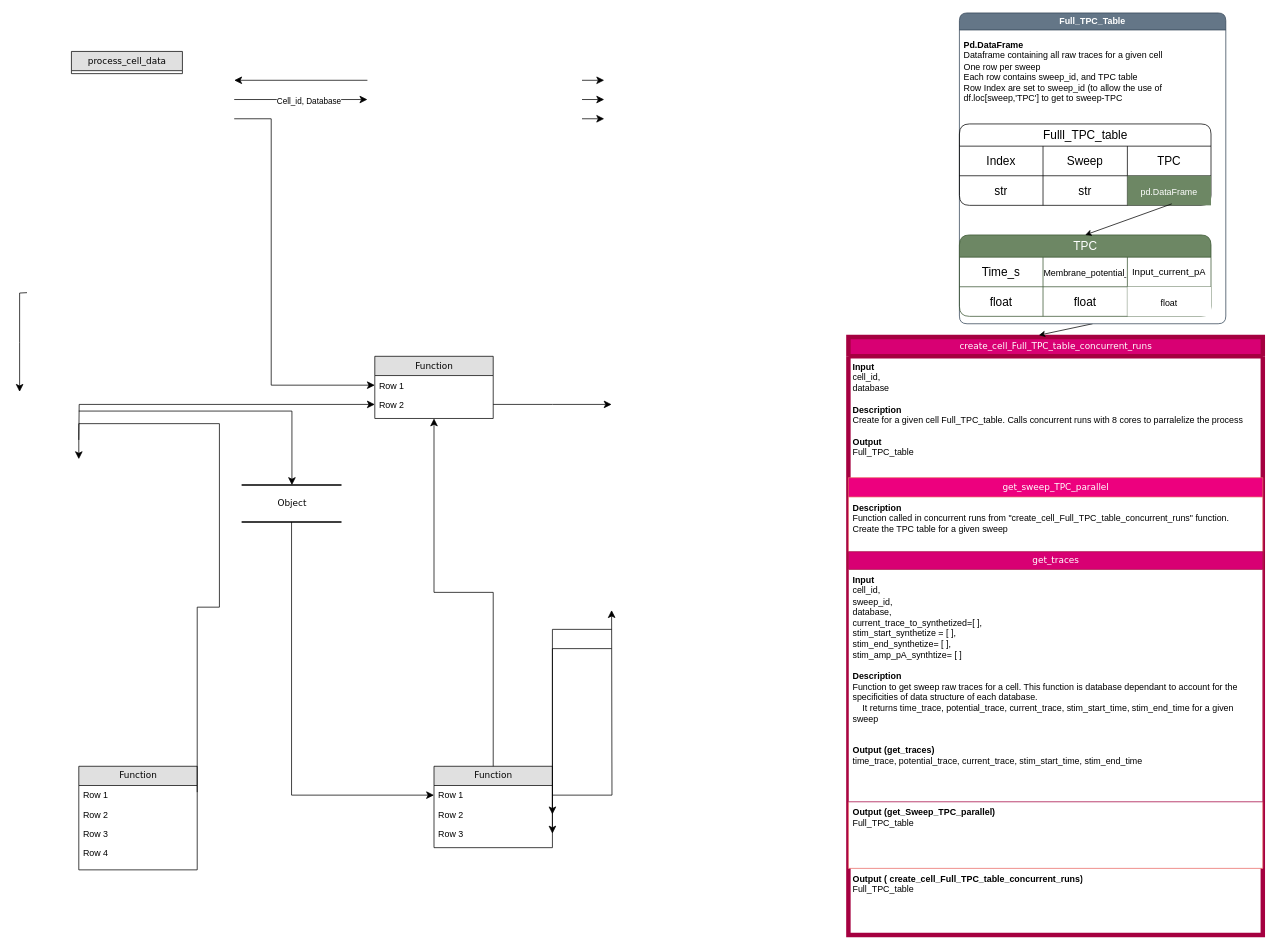
The draw.io diagram Data_treatment_pipeline.drawio in Jballbe/Libraries, before the edit. Source tidied: cells renumbered, new cells numbered last; positions are measured from the earlier drawing's top-left corner, leaving out a move shared by most shapes. Both pictures are drawn from the tidied source at 74%, with x=0, y=0 at pixel (19, 13).
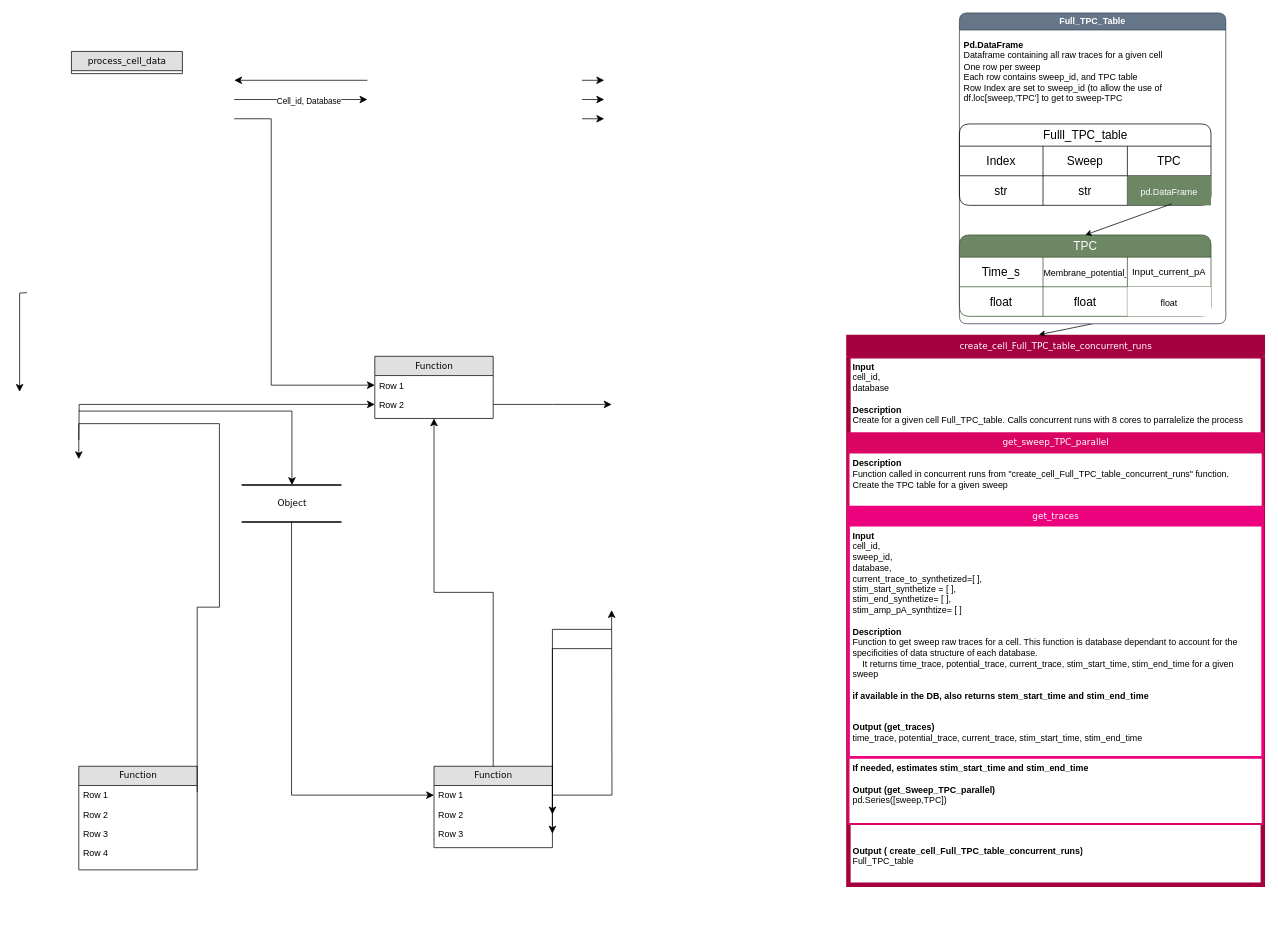
Above is the later version.

Commit message:
Mettre à jour Data_treatment_pipeline.drawio

Change to the diagram source:
```diff
@@
-    <mxCell id="3" value="create_cell_Full_TPC_table_concurrent_runs" style="swimlane;html=1;fontStyle=0;horizontal=1;startSize=26;fillColor=#d80073;swimlaneFillColor=#ffffff;align=center;rounded=0;shadow=0;comic=0;labelBackgroundColor=none;strokeWidth=6;fontFamily=Verdana;fontSize=12;fontColor=#ffffff;strokeColor=#A50040;perimeterSpacing=10;" parent="1" vertex="1">
-      <mxGeometry x="1120" y="438" width="560" height="808" as="geometry" />
+    <mxCell id="3" value="create_cell_Full_TPC_table_concurrent_runs" style="swimlane;html=1;fontStyle=0;horizontal=1;startSize=26;fillColor=#a50141;swimlaneFillColor=#ffffff;align=center;rounded=0;shadow=0;comic=0;labelBackgroundColor=none;strokeWidth=6;fontFamily=Verdana;fontSize=12;fontColor=#ffffff;strokeColor=#A50040;perimeterSpacing=10;" parent="1" vertex="1">
+      <mxGeometry x="1120" y="438" width="560" height="740" as="geometry" />
     </mxCell>
-    <mxCell id="4" value="&lt;div style=&quot;font-size: 12px;&quot;&gt;&lt;b&gt;Input&lt;/b&gt;&lt;/div&gt;&lt;div style=&quot;font-size: 12px;&quot;&gt;cell_id,&lt;/div&gt;&lt;div style=&quot;font-size: 12px;&quot;&gt;database&lt;/div&gt;&lt;div style=&quot;font-size: 12px;&quot;&gt;&lt;br&gt;&lt;/div&gt;&lt;div style=&quot;font-size: 12px;&quot;&gt;&lt;b&gt;Description&lt;/b&gt;&lt;/div&gt;&lt;div style=&quot;font-size: 12px;&quot;&gt;Create for a given cell Full_TPC_table. Calls concurrent runs with 8 cores to parralelize the process&lt;b&gt;&lt;br&gt;&lt;/b&gt;&lt;/div&gt;&lt;div style=&quot;font-size: 12px;&quot;&gt;&lt;br&gt;&lt;/div&gt;&lt;div style=&quot;font-size: 12px;&quot;&gt;&lt;b&gt;Output&lt;/b&gt;&lt;/div&gt;&lt;div style=&quot;font-size: 12px;&quot;&gt;Full_TPC_table&lt;/div&gt;" style="text;html=1;strokeColor=none;fillColor=none;spacingLeft=4;spacingRight=4;whiteSpace=wrap;overflow=hidden;spacingTop=1;spacing=2;fontSize=12;rounded=0;" parent="3" vertex="1">
-      <mxGeometry y="26" width="560" height="164" as="geometry" />
+    <mxCell id="4" value="&lt;div style=&quot;font-size: 12px;&quot;&gt;&lt;b&gt;Input&lt;/b&gt;&lt;/div&gt;&lt;div style=&quot;font-size: 12px;&quot;&gt;cell_id,&lt;/div&gt;&lt;div style=&quot;font-size: 12px;&quot;&gt;database&lt;/div&gt;&lt;div style=&quot;font-size: 12px;&quot;&gt;&lt;br&gt;&lt;/div&gt;&lt;div style=&quot;font-size: 12px;&quot;&gt;&lt;b&gt;Description&lt;/b&gt;&lt;/div&gt;&lt;div style=&quot;font-size: 12px;&quot;&gt;Create for a given cell Full_TPC_table. Calls concurrent runs with 8 cores to parralelize the process&lt;b&gt;&lt;br&gt;&lt;/b&gt;&lt;/div&gt;&lt;div style=&quot;font-size: 12px;&quot;&gt;&lt;br&gt;&lt;/div&gt;" style="text;html=1;strokeColor=none;fillColor=none;spacingLeft=4;spacingRight=4;whiteSpace=wrap;overflow=hidden;spacingTop=1;spacing=2;fontSize=12;rounded=0;" parent="3" vertex="1">
+      <mxGeometry y="26" width="560" height="104" as="geometry" />
     </mxCell>
-    <mxCell id="5" value="get_sweep_TPC_parallel" style="swimlane;html=1;fontStyle=0;horizontal=1;startSize=26;fillColor=#ED007E;swimlaneFillColor=#ffffff;align=center;rounded=0;shadow=0;comic=0;labelBackgroundColor=none;strokeWidth=1;fontFamily=Verdana;fontSize=12;fontColor=#ffffff;strokeColor=#EA6B66;" parent="3" vertex="1">
-      <mxGeometry y="190" width="560" height="528" as="geometry" />
+    <mxCell id="5" value="get_sweep_TPC_parallel" style="swimlane;html=1;fontStyle=0;horizontal=1;startSize=26;fillColor=#da0562;swimlaneFillColor=#ffffff;align=center;rounded=0;shadow=0;comic=0;labelBackgroundColor=none;strokeWidth=3;fontFamily=Verdana;fontSize=12;fontColor=#ffffff;strokeColor=#da0662;" parent="3" vertex="1">
+      <mxGeometry y="130" width="560" height="528" as="geometry" />
     </mxCell>
@@
-    <mxCell id="7" value="get_traces" style="swimlane;html=1;fontStyle=0;horizontal=1;startSize=24;fillColor=#d80073;swimlaneFillColor=#ffffff;align=center;rounded=0;shadow=0;comic=0;labelBackgroundColor=none;strokeWidth=1;fontFamily=Verdana;fontSize=12;fontColor=#ffffff;strokeColor=#A50040;" parent="5" vertex="1">
+    <mxCell id="7" value="get_traces" style="swimlane;html=1;fontStyle=0;horizontal=1;startSize=24;fillColor=#ed027e;swimlaneFillColor=#ffffff;align=center;rounded=0;shadow=0;comic=0;labelBackgroundColor=none;strokeWidth=4;fontFamily=Verdana;fontSize=12;fontColor=#ffffff;strokeColor=#ed027e;" parent="5" vertex="1">
       <mxGeometry y="100" width="560" height="338" as="geometry" />
     </mxCell>
-    <mxCell id="8" value="&lt;div style=&quot;font-size: 12px;&quot;&gt;&lt;b&gt;Input&lt;/b&gt;&lt;/div&gt;&lt;div style=&quot;font-size: 12px;&quot;&gt;cell_id,&lt;/div&gt;&lt;div style=&quot;font-size: 12px;&quot;&gt;sweep_id,&lt;/div&gt;&lt;div style=&quot;font-size: 12px;&quot;&gt;database,&lt;/div&gt;&lt;div style=&quot;font-size: 12px;&quot;&gt;current_trace_to_synthetized=[ ],&lt;/div&gt;&lt;div style=&quot;font-size: 12px;&quot;&gt;stim_start_synthetize = [ ],&lt;/div&gt;&lt;div style=&quot;font-size: 12px;&quot;&gt;stim_end_synthetize= [ ],&lt;/div&gt;&lt;div style=&quot;font-size: 12px;&quot;&gt;stim_amp_pA_synthtize= [ ]&lt;/div&gt;&lt;div style=&quot;font-size: 12px;&quot;&gt;&lt;br&gt;&lt;/div&gt;&lt;div style=&quot;font-size: 12px;&quot;&gt;&lt;b&gt;Description&lt;/b&gt;&lt;/div&gt;&lt;div style=&quot;font-size: 12px;&quot;&gt;&lt;div&gt;Function to get sweep raw traces for a cell. This function is database dependant to account for the specificities of data structure of each database.&lt;/div&gt;&lt;div&gt;&amp;nbsp; &amp;nbsp; It returns time_trace, potential_trace, current_trace, stim_start_time, stim_end_time for a given sweep&lt;/div&gt;&lt;div&gt;&lt;br&gt;&lt;/div&gt;&lt;/div&gt;&lt;div style=&quot;font-size: 12px;&quot;&gt;&lt;br&gt;&lt;/div&gt;&lt;div style=&quot;font-size: 12px;&quot;&gt;&lt;b&gt;Output (get_traces)&lt;/b&gt;&lt;/div&gt;&lt;div style=&quot;font-size: 12px;&quot;&gt;time_trace, potential_trace, current_trace, stim_start_time, stim_end_time&lt;/div&gt;" style="text;html=1;strokeColor=none;fillColor=none;spacingLeft=4;spacingRight=4;whiteSpace=wrap;overflow=hidden;spacingTop=1;spacing=2;fontSize=12;rounded=0;" parent="7" vertex="1">
+    <mxCell id="8" value="&lt;div style=&quot;font-size: 12px;&quot;&gt;&lt;b&gt;Input&lt;/b&gt;&lt;/div&gt;&lt;div style=&quot;font-size: 12px;&quot;&gt;cell_id,&lt;/div&gt;&lt;div style=&quot;font-size: 12px;&quot;&gt;sweep_id,&lt;/div&gt;&lt;div style=&quot;font-size: 12px;&quot;&gt;database,&lt;/div&gt;&lt;div style=&quot;font-size: 12px;&quot;&gt;current_trace_to_synthetized=[ ],&lt;/div&gt;&lt;div style=&quot;font-size: 12px;&quot;&gt;stim_start_synthetize = [ ],&lt;/div&gt;&lt;div style=&quot;font-size: 12px;&quot;&gt;stim_end_synthetize= [ ],&lt;/div&gt;&lt;div style=&quot;font-size: 12px;&quot;&gt;stim_amp_pA_synthtize= [ ]&lt;/div&gt;&lt;div style=&quot;font-size: 12px;&quot;&gt;&lt;br&gt;&lt;/div&gt;&lt;div style=&quot;font-size: 12px;&quot;&gt;&lt;b&gt;Description&lt;/b&gt;&lt;/div&gt;&lt;div style=&quot;font-size: 12px;&quot;&gt;&lt;div&gt;Function to get sweep raw traces for a cell. This function is database dependant to account for the specificities of data structure of each database.&lt;/div&gt;&lt;div&gt;&amp;nbsp; &amp;nbsp; It returns time_trace, potential_trace, current_trace, stim_start_time, stim_end_time for a given sweep&lt;/div&gt;&lt;div&gt;&lt;br&gt;&lt;/div&gt;&lt;div&gt;&lt;b&gt;if available in the DB, also returns stem_start_time and stim_end_time&lt;/b&gt;&lt;/div&gt;&lt;div&gt;&lt;br&gt;&lt;/div&gt;&lt;/div&gt;&lt;div style=&quot;font-size: 12px;&quot;&gt;&lt;br&gt;&lt;/div&gt;&lt;div style=&quot;font-size: 12px;&quot;&gt;&lt;b&gt;Output (get_traces)&lt;/b&gt;&lt;/div&gt;&lt;div style=&quot;font-size: 12px;&quot;&gt;time_trace, potential_trace, current_trace, stim_start_time, stim_end_time&lt;/div&gt;" style="text;html=1;strokeColor=none;fillColor=none;spacingLeft=4;spacingRight=4;whiteSpace=wrap;overflow=hidden;spacingTop=1;spacing=2;fontSize=12;rounded=0;" parent="7" vertex="1">
       <mxGeometry y="24" width="560" height="314" as="geometry" />
     </mxCell>
-    <mxCell id="9" value="&lt;div style=&quot;font-size: 12px;&quot;&gt;&lt;div style=&quot;border-color: var(--border-color);&quot;&gt;&lt;b&gt;Output (get_Sweep_TPC_parallel)&lt;/b&gt;&lt;br&gt;&lt;/div&gt;&lt;/div&gt;&lt;div style=&quot;font-size: 12px;&quot;&gt;Full_TPC_table&lt;/div&gt;&lt;div style=&quot;font-size: 12px;&quot;&gt;&lt;br&gt;&lt;/div&gt;&lt;div style=&quot;font-size: 12px;&quot;&gt;&lt;br&gt;&lt;/div&gt;" style="text;html=1;strokeColor=none;fillColor=none;spacingLeft=4;spacingRight=4;whiteSpace=wrap;overflow=hidden;spacingTop=1;spacing=2;fontSize=12;rounded=0;" parent="5" vertex="1">
+    <mxCell id="9" value="&lt;div style=&quot;font-size: 12px;&quot;&gt;&lt;div style=&quot;border-color: var(--border-color);&quot;&gt;&lt;b&gt;If needed, estimates stim_start_time and stim_end_time&lt;/b&gt;&lt;/div&gt;&lt;div style=&quot;border-color: var(--border-color);&quot;&gt;&lt;b&gt;&lt;br&gt;&lt;/b&gt;&lt;/div&gt;&lt;div style=&quot;border-color: var(--border-color);&quot;&gt;&lt;b&gt;Output (get_Sweep_TPC_parallel)&lt;/b&gt;&lt;br&gt;&lt;/div&gt;&lt;/div&gt;&lt;div style=&quot;font-size: 12px;&quot;&gt;pd.Series([sweep,TPC])&lt;/div&gt;&lt;div style=&quot;font-size: 12px;&quot;&gt;&lt;br&gt;&lt;/div&gt;&lt;div style=&quot;font-size: 12px;&quot;&gt;&lt;br&gt;&lt;/div&gt;" style="text;html=1;strokeColor=none;fillColor=none;spacingLeft=4;spacingRight=4;whiteSpace=wrap;overflow=hidden;spacingTop=1;spacing=2;fontSize=12;rounded=0;" parent="5" vertex="1">
       <mxGeometry y="438" width="560" height="90" as="geometry" />
     </mxCell>
@@
     <mxCell id="62" value="&lt;div style=&quot;font-size: 12px;&quot;&gt;&lt;div style=&quot;border-color: var(--border-color);&quot;&gt;&lt;b&gt;Output (&amp;nbsp;create_cell_Full_TPC_table_concurrent_runs)&lt;/b&gt;&lt;br&gt;&lt;/div&gt;&lt;/div&gt;&lt;div style=&quot;font-size: 12px;&quot;&gt;Full_TPC_table&lt;/div&gt;&lt;div style=&quot;font-size: 12px;&quot;&gt;&lt;br&gt;&lt;/div&gt;&lt;div style=&quot;font-size: 12px;&quot;&gt;&lt;br&gt;&lt;/div&gt;" style="text;html=1;strokeColor=none;fillColor=none;spacingLeft=4;spacingRight=4;whiteSpace=wrap;overflow=hidden;spacingTop=1;spacing=2;fontSize=12;rounded=0;" parent="1" vertex="1">
-      <mxGeometry x="1120" y="1156" width="560" height="48" as="geometry" />
+      <mxGeometry x="1120" y="1118" width="560" height="40" as="geometry" />
     </mxCell>
```
